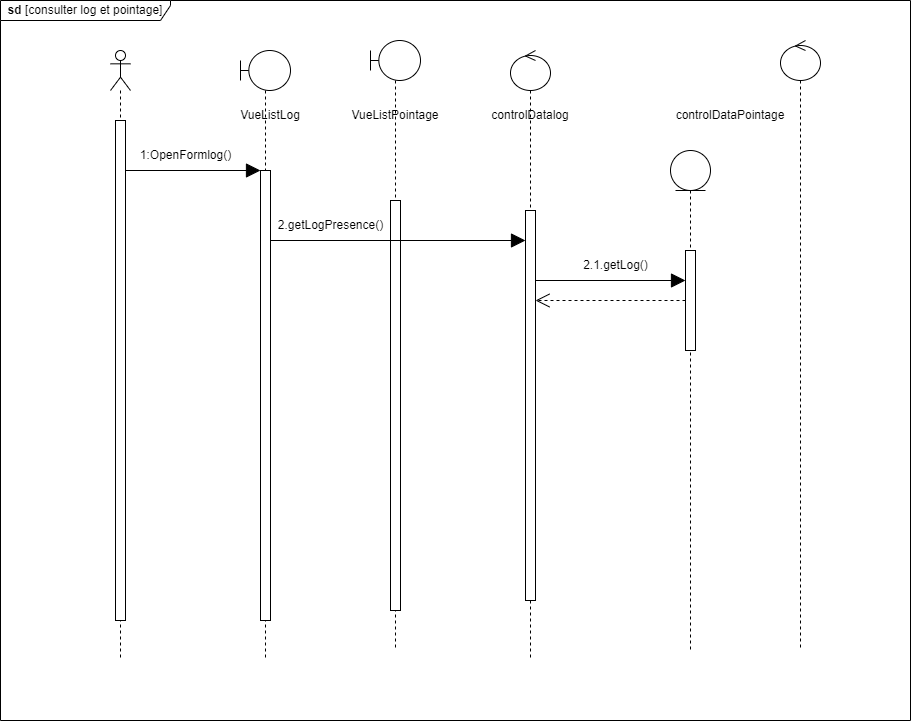
Earlier version of the draw.io export static/Diagramme des séquences conceptuel  log et pointage .drawio.png (Siluearsene/borne_biometrique). Source tidied: cells renumbered, new cells last; positions are measured from the earlier drawing's top-left corner, leaving out a move shared by most shapes.
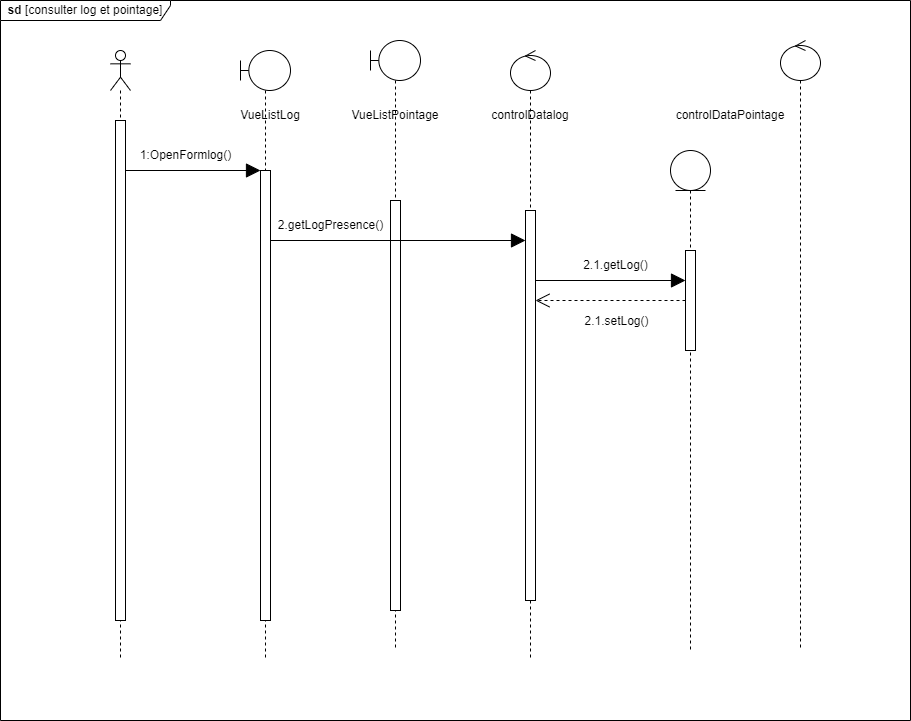
The same file after the commit.

Commit message:
Mettre à jour Diagramme des séquences conceptuel  log et pointage .drawio.png

Change to the diagram source:
```diff
@@ -78,5 +78,10 @@
     <mxCell id="24" style="endArrow=open;dashed=1;endFill=0;endSize=12;html=1;rounded=0;" parent="1" edge="1" source="23" target="17">
       <mxGeometry relative="1" as="geometry" />
     </mxCell>
+    <mxCell id="25" value="&lt;font style=&quot;font-size: 12px;&quot;&gt;2.1.setLog()&lt;/font&gt;" style="edgeLabel;html=1;align=center;verticalAlign=middle;" parent="24" vertex="1">
+      <mxGeometry x="0.04" y="5" relative="1" as="geometry">
+        <mxPoint x="8" y="15" as="offset" />
+      </mxGeometry>
+    </mxCell>
   </root>
 </mxGraphModel>
```
